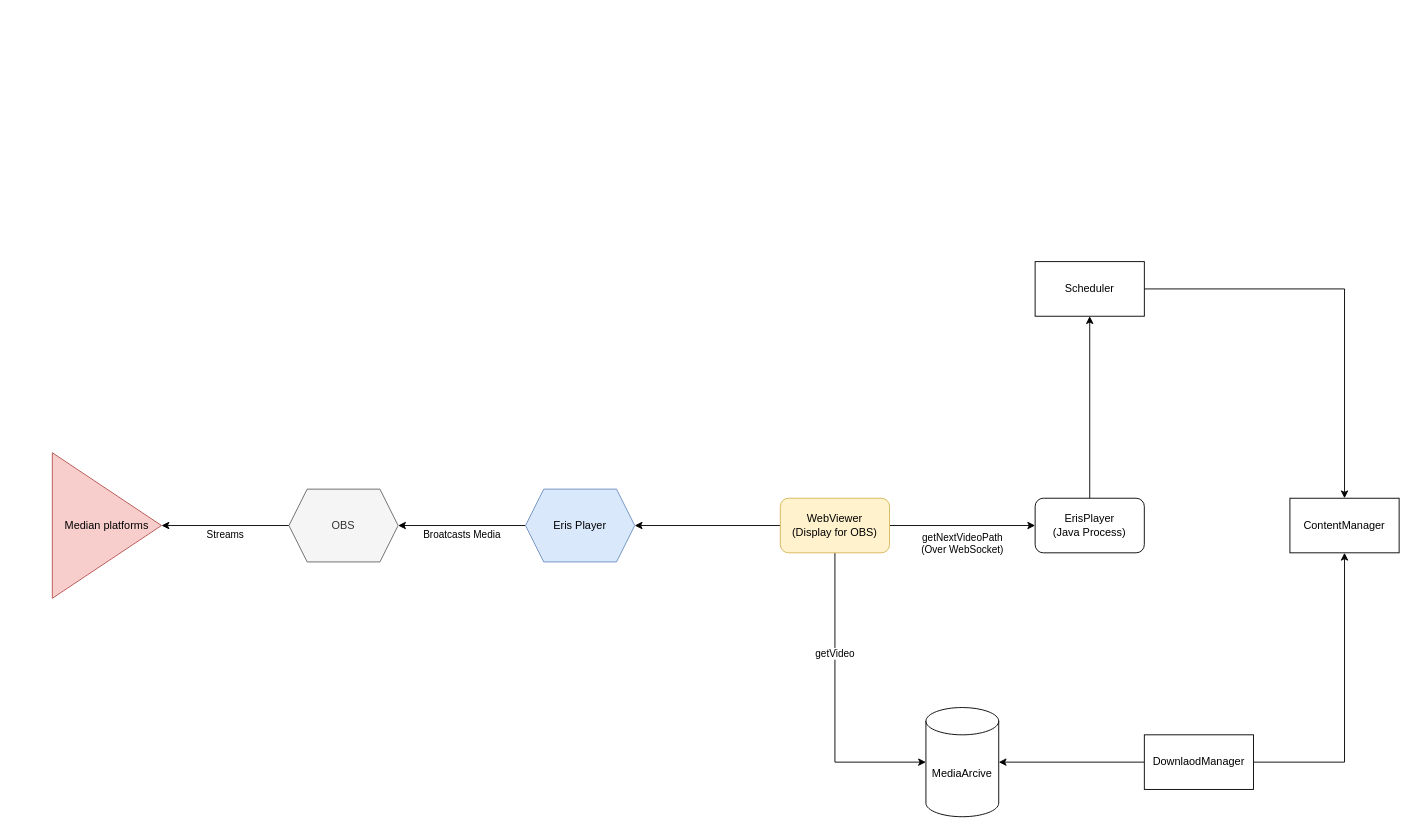
This is page "Overview" (1 of 4) of ErisPlayer_Documentation.drawio from Eris-Television/Eris-Player, a draw.io file, before an edit. Source tidied: cells renumbered, new cells numbered last; positions are measured from the earlier drawing's top-left corner, leaving out a move shared by most shapes. Both pictures are drawn from the tidied source at 91%, with x=0, y=0 at pixel (52, 261).
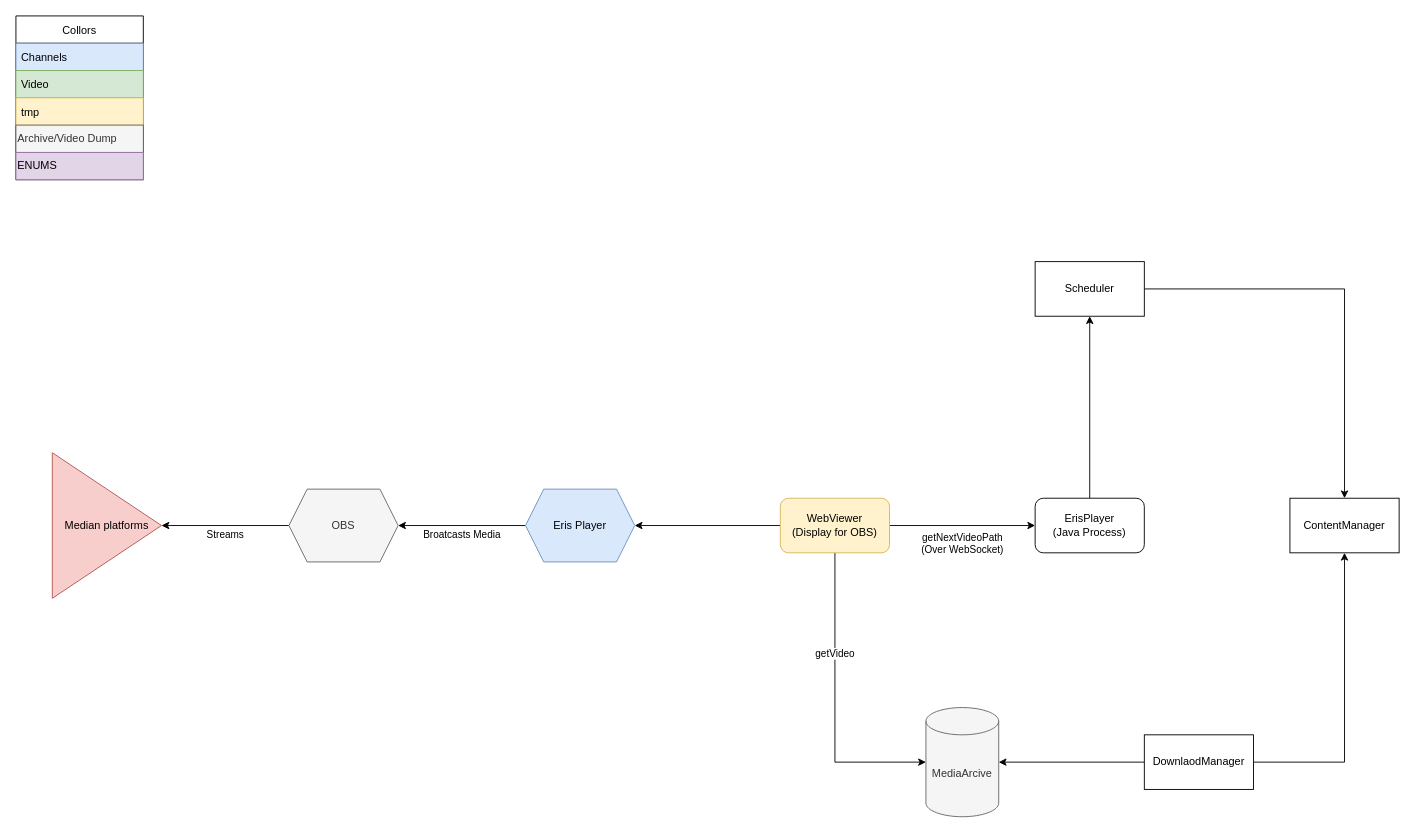
After the change.

Change to the diagram source:
```diff
@@
-    <mxCell id="7" value="MediaArcive&lt;br&gt;" style="shape=cylinder3;whiteSpace=wrap;html=1;boundedLbl=1;backgroundOutline=1;size=15;" parent="1" vertex="1">
+    <mxCell id="7" value="MediaArcive&lt;br&gt;" style="shape=cylinder3;whiteSpace=wrap;html=1;boundedLbl=1;backgroundOutline=1;size=15;fillColor=#f5f5f5;fontColor=#333333;strokeColor=#666666;" parent="1" vertex="1">
       <mxGeometry x="960" y="490" width="80" height="120" as="geometry" />
     </mxCell>
@@
+    <mxCell id="20" value="Collors" style="swimlane;fontStyle=0;horizontal=1;startSize=30;" parent="1" vertex="1">
+      <mxGeometry x="-40" y="-270" width="140" height="180" as="geometry" />
+    </mxCell>
+    <mxCell id="21" value="Channels" style="text;strokeColor=#6c8ebf;fillColor=#dae8fc;align=left;verticalAlign=middle;spacingLeft=4;spacingRight=4;overflow=hidden;" parent="20" vertex="1">
+      <mxGeometry y="30" width="140" height="30" as="geometry" />
+    </mxCell>
+    <mxCell id="22" value="Video" style="text;strokeColor=#82b366;fillColor=#d5e8d4;align=left;verticalAlign=middle;spacingLeft=4;spacingRight=4;overflow=hidden;" parent="20" vertex="1">
+      <mxGeometry y="60" width="140" height="30" as="geometry" />
+    </mxCell>
+    <mxCell id="23" value="tmp" style="text;strokeColor=#d6b656;fillColor=#fff2cc;align=left;verticalAlign=middle;spacingLeft=4;spacingRight=4;overflow=hidden;" parent="20" vertex="1">
+      <mxGeometry y="90" width="140" height="30" as="geometry" />
+    </mxCell>
+    <mxCell id="24" value="Archive/Video Dump" style="text;html=1;strokeColor=#666666;fillColor=#f5f5f5;align=left;verticalAlign=middle;whiteSpace=wrap;rounded=0;fontColor=#333333;" parent="20" vertex="1">
+      <mxGeometry y="120" width="140" height="30" as="geometry" />
+    </mxCell>
+    <mxCell id="25" value="ENUMS" style="text;html=1;strokeColor=#9673a6;fillColor=#e1d5e7;align=left;verticalAlign=middle;whiteSpace=wrap;rounded=0;" parent="20" vertex="1">
+      <mxGeometry y="150" width="140" height="30" as="geometry" />
+    </mxCell>
```
